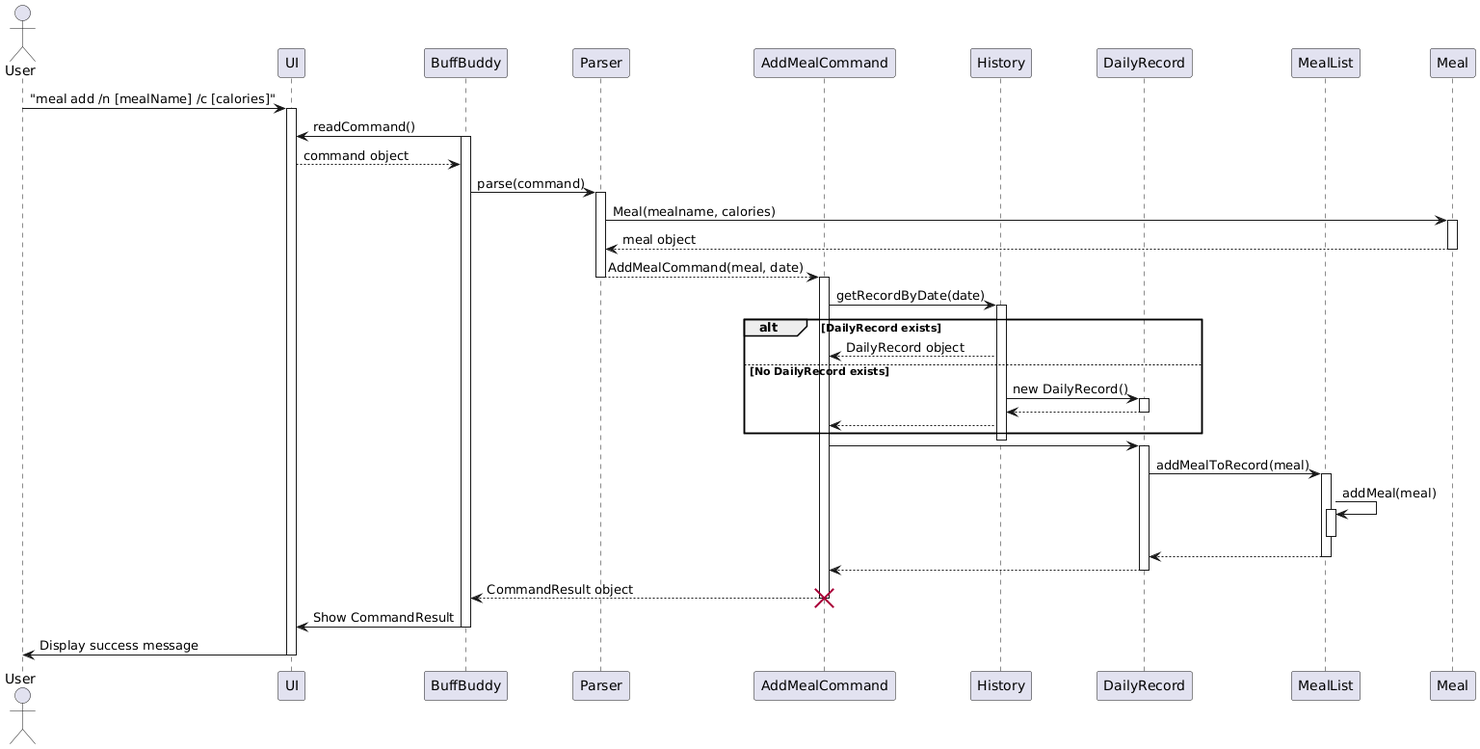
This is docs/images/addMealSequenceDiagram.png from nus-cs2113-AY2425S1/tp, a PlantUML export, as it was before one commit.
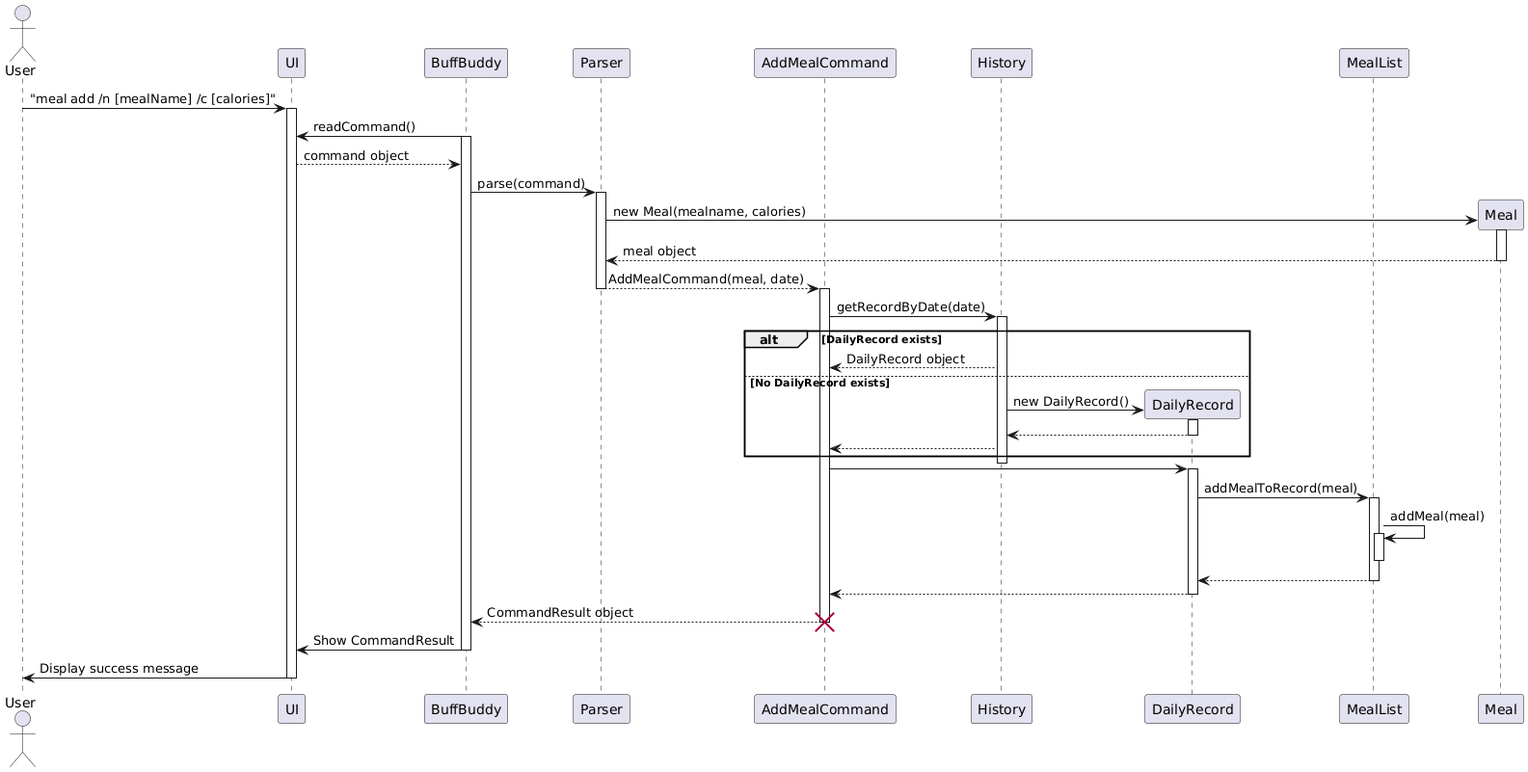
After the change.

Commit message:
Edited DG and added constructors to sequence diagrams

Change to the diagram source:
```diff
@@ -17,7 +17,8 @@
 BB -> Parser: parse(command)
 activate Parser
 
-Parser -> Meal: Meal(mealname, calories)
+create Meal
+Parser -> Meal: new Meal(mealname, calories)
 activate Meal
 Meal --> Parser: meal object
 deactivate Meal
@@ -32,6 +33,7 @@
 alt DailyRecord exists
   History --> AddCmd: DailyRecord object
 else No DailyRecord exists
+create DailyRec
   History -> DailyRec: new DailyRecord()
   activate DailyRec
   DailyRec --> History
```
